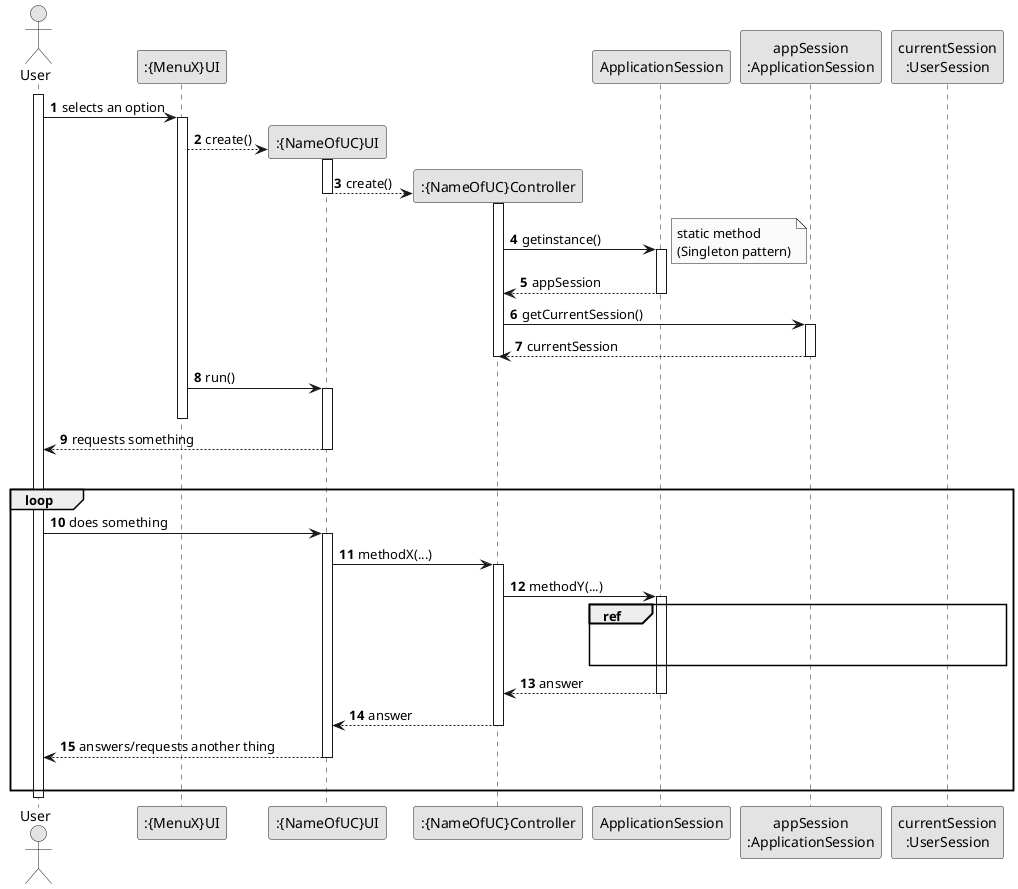
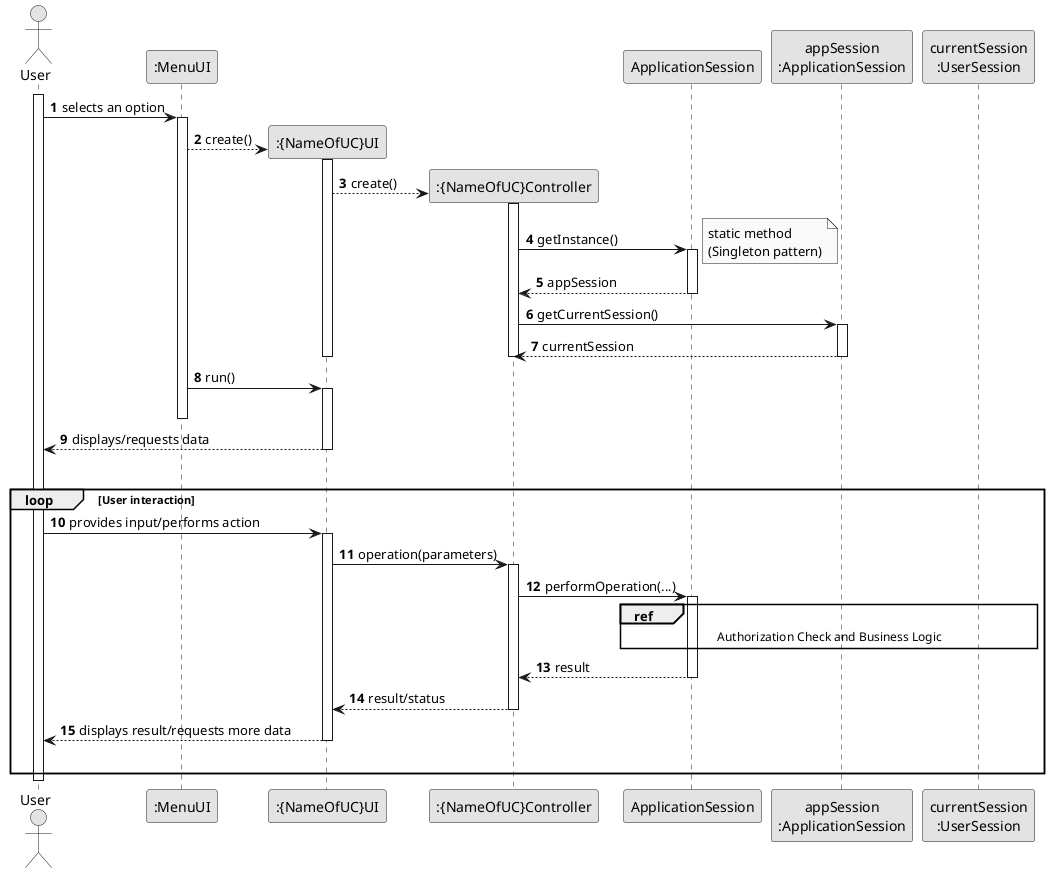
@startuml
skinparam monochrome true
skinparam packageStyle rectangle
skinparam shadowing false

autonumber

'hide footbox
actor "User" as USER
- participant ":{MenuX}UI" as MENU
+ participant ":MenuUI" as MENU
participant ":{NameOfUC}UI" as UC_NAME_UI
participant ":{NameOfUC}Controller" as CTRL
participant "ApplicationSession" as APP_SESSION
participant "appSession\n:ApplicationSession" as APP_SESSION_SINGLETON
participant "currentSession\n:UserSession" as CURRENT_SESSION

activate USER

    USER -> MENU : selects an option
    activate MENU
        MENU --> UC_NAME_UI** : create()
        activate UC_NAME_UI
            UC_NAME_UI --> CTRL** : create()
+             activate CTRL
+                 CTRL -> APP_SESSION : getInstance()
+                 note right
+                     static method
+                     (Singleton pattern)
+                 end note
+                 activate APP_SESSION
+                     APP_SESSION --> CTRL : appSession
+                 deactivate APP_SESSION
+ 
+                 CTRL -> APP_SESSION_SINGLETON : getCurrentSession()
+                 activate APP_SESSION_SINGLETON
+                     APP_SESSION_SINGLETON --> CTRL : currentSession
+                 deactivate APP_SESSION_SINGLETON
+             deactivate CTRL
        deactivate UC_NAME_UI
- 
-         activate CTRL
-             CTRL -> APP_SESSION : getinstance()
-             note right
-                 static method
-                 (Singleton pattern)
-             end note
-             activate APP_SESSION
-                 APP_SESSION --> CTRL : appSession
-             deactivate APP_SESSION
- 
-             CTRL -> APP_SESSION_SINGLETON : getCurrentSession()
-             activate APP_SESSION_SINGLETON
-                 APP_SESSION_SINGLETON --> CTRL : currentSession
-             deactivate APP_SESSION_SINGLETON
-         deactivate CTRL

        MENU -> UC_NAME_UI : run()
        activate UC_NAME_UI
    deactivate MENU

-             UC_NAME_UI --> USER : requests something
+             UC_NAME_UI --> USER : displays/requests data
            |||
        deactivate UC_NAME_UI

-     loop
-         USER -> UC_NAME_UI : does something
+     loop User interaction
+         USER -> UC_NAME_UI : provides input/performs action
        activate UC_NAME_UI
-             UC_NAME_UI -> CTRL : methodX(...)
+             UC_NAME_UI -> CTRL : operation(parameters)
            activate CTRL
-                 CTRL -> APP_SESSION : methodY(...)
+                 CTRL -> APP_SESSION : performOperation(...)

                activate APP_SESSION
                    ref over APP_SESSION,APP_SESSION_SINGLETON,CURRENT_SESSION
- 
- 
+                         Authorization Check and Business Logic
                    end ref
-                     APP_SESSION --> CTRL : answer
+                     APP_SESSION --> CTRL : result
                deactivate APP_SESSION

-                 CTRL --> UC_NAME_UI : answer
+                 CTRL --> UC_NAME_UI : result/status
            deactivate CTRL

-             UC_NAME_UI --> USER : answers/requests another thing
+             UC_NAME_UI --> USER : displays result/requests more data
            |||
        deactivate UC_NAME_UI
    end loop

deactivate USER

@enduml